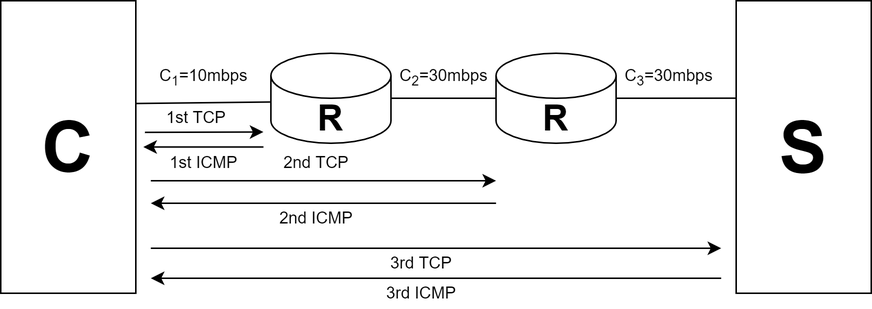
Before: netforms/images/NetworkDiag.png, a diagram exported from draw.io (bakar-andguladze/master-thesis). Source tidied: cells renumbered, new cells last; positions are measured from the earlier drawing's top-left corner, leaving out a move shared by most shapes. Source of this version:
```xml
<mxGraphModel>
  <root>
    <mxCell id="0" />
    <mxCell id="1" parent="0" />
    <mxCell id="2" value="&lt;b&gt;&lt;font style=&quot;font-size: 24px&quot;&gt;R&lt;/font&gt;&lt;/b&gt;" style="shape=cylinder3;whiteSpace=wrap;html=1;boundedLbl=1;backgroundOutline=1;size=15;" parent="1" vertex="1">
      <mxGeometry x="180" y="35" width="80" height="60" as="geometry" />
    </mxCell>
    <mxCell id="3" style="endArrow=none;html=1;entryX=0;entryY=0.5;entryDx=0;entryDy=0;entryPerimeter=0;exitX=1.002;exitY=0.4;exitDx=0;exitDy=0;exitPerimeter=0;" parent="1" edge="1">
      <mxGeometry relative="1" as="geometry">
        <mxPoint x="90" y="68.5" as="sourcePoint" />
        <mxPoint x="179.8" y="67.5" as="targetPoint" />
      </mxGeometry>
    </mxCell>
    <mxCell id="4" style="endArrow=none;html=1;exitX=1;exitY=0.5;exitDx=0;exitDy=0;entryX=0;entryY=0.5;entryDx=0;entryDy=0;entryPerimeter=0;exitPerimeter=0;" parent="1" edge="1" source="2" target="7">
      <mxGeometry relative="1" as="geometry" />
    </mxCell>
    <mxCell id="5" style="endArrow=none;html=1;exitX=1;exitY=0.5;exitDx=0;exitDy=0;entryX=0.007;entryY=0.333;entryDx=0;entryDy=0;exitPerimeter=0;entryPerimeter=0;" parent="1" edge="1" source="7" target="10">
      <mxGeometry relative="1" as="geometry" />
    </mxCell>
    <mxCell id="6" value="&lt;font style=&quot;font-size: 11px&quot;&gt;C&lt;sub&gt;1&lt;/sub&gt;=10mbps&lt;/font&gt;" style="text;html=1;align=center;verticalAlign=middle;" parent="1" vertex="1">
      <mxGeometry x="100" y="40" width="70" height="20" as="geometry" />
    </mxCell>
    <mxCell id="7" value="&lt;b&gt;&lt;font style=&quot;font-size: 24px&quot;&gt;R&lt;/font&gt;&lt;/b&gt;" style="shape=cylinder3;whiteSpace=wrap;html=1;boundedLbl=1;backgroundOutline=1;size=15;" parent="1" vertex="1">
      <mxGeometry x="330" y="35" width="80" height="60" as="geometry" />
    </mxCell>
    <mxCell id="8" value="&lt;font style=&quot;font-size: 11px&quot;&gt;&lt;span style=&quot;font-size: 11px&quot;&gt;1st TCP&lt;/span&gt;&lt;/font&gt;" style="text;html=1;align=center;verticalAlign=middle;fontSize=11;" parent="1" vertex="1">
      <mxGeometry x="100" y="67.5" width="60" height="20" as="geometry" />
    </mxCell>
    <mxCell id="9" value="&lt;b&gt;&lt;font style=&quot;font-size: 48px&quot;&gt;C&lt;/font&gt;&lt;/b&gt;" style="rounded=0;whiteSpace=wrap;html=1;" parent="1" vertex="1">
      <mxGeometry width="90" height="195" as="geometry" />
    </mxCell>
    <mxCell id="10" value="&lt;span style=&quot;font-size: 48px&quot;&gt;&lt;b&gt;S&lt;/b&gt;&lt;/span&gt;" style="rounded=0;whiteSpace=wrap;html=1;" parent="1" vertex="1">
      <mxGeometry x="490" width="90" height="195" as="geometry" />
    </mxCell>
    <mxCell id="11" value="&lt;font style=&quot;font-size: 11px&quot;&gt;C&lt;sub&gt;2&lt;/sub&gt;=30mbps&lt;/font&gt;" style="text;html=1;align=center;verticalAlign=middle;" parent="1" vertex="1">
      <mxGeometry x="260" y="40" width="70" height="20" as="geometry" />
    </mxCell>
    <mxCell id="12" value="&lt;font style=&quot;font-size: 11px&quot;&gt;C&lt;sub&gt;3&lt;/sub&gt;=30mbps&lt;/font&gt;" style="text;html=1;align=center;verticalAlign=middle;" parent="1" vertex="1">
      <mxGeometry x="410" y="40" width="70" height="20" as="geometry" />
    </mxCell>
    <mxCell id="13" style="endArrow=classic;html=1;exitX=1.012;exitY=0.777;exitDx=0;exitDy=0;exitPerimeter=0;" parent="1" edge="1">
      <mxGeometry relative="1" as="geometry">
        <mxPoint x="96.1" y="87.7" as="sourcePoint" />
        <mxPoint x="175" y="87.5" as="targetPoint" />
      </mxGeometry>
    </mxCell>
    <mxCell id="14" style="endArrow=classic;html=1;" parent="1" edge="1">
      <mxGeometry relative="1" as="geometry">
        <mxPoint x="175" y="97.5" as="sourcePoint" />
        <mxPoint x="95" y="97.5" as="targetPoint" />
      </mxGeometry>
    </mxCell>
    <mxCell id="15" value="&lt;font style=&quot;font-size: 11px&quot;&gt;&lt;span style=&quot;font-size: 11px&quot;&gt;1st ICMP&lt;/span&gt;&lt;/font&gt;" style="text;html=1;align=center;verticalAlign=middle;fontSize=11;" parent="1" vertex="1">
      <mxGeometry x="105" y="97.5" width="60" height="20" as="geometry" />
    </mxCell>
    <mxCell id="16" style="endArrow=classic;html=1;" parent="1" edge="1">
      <mxGeometry relative="1" as="geometry">
        <mxPoint x="100" y="120" as="sourcePoint" />
        <mxPoint x="330" y="120" as="targetPoint" />
      </mxGeometry>
    </mxCell>
    <mxCell id="17" style="endArrow=classic;html=1;" parent="1" edge="1">
      <mxGeometry relative="1" as="geometry">
        <mxPoint x="330" y="135" as="sourcePoint" />
        <mxPoint x="100" y="135" as="targetPoint" />
      </mxGeometry>
    </mxCell>
    <mxCell id="18" value="&lt;font style=&quot;font-size: 11px&quot;&gt;&lt;span style=&quot;font-size: 11px&quot;&gt;2nd ICMP&lt;/span&gt;&lt;/font&gt;" style="text;html=1;align=center;verticalAlign=middle;fontSize=11;" parent="1" vertex="1">
      <mxGeometry x="180" y="135" width="60" height="20" as="geometry" />
    </mxCell>
    <mxCell id="19" value="&lt;font style=&quot;font-size: 11px&quot;&gt;&lt;span style=&quot;font-size: 11px&quot;&gt;2nd TCP&lt;/span&gt;&lt;/font&gt;" style="text;html=1;align=center;verticalAlign=middle;fontSize=11;" parent="1" vertex="1">
      <mxGeometry x="180" y="97.5" width="60" height="20" as="geometry" />
    </mxCell>
    <mxCell id="20" style="endArrow=classic;html=1;" parent="1" edge="1">
      <mxGeometry relative="1" as="geometry">
        <mxPoint x="100" y="165" as="sourcePoint" />
        <mxPoint x="480" y="165" as="targetPoint" />
      </mxGeometry>
    </mxCell>
    <mxCell id="21" value="&lt;font style=&quot;font-size: 11px&quot;&gt;&lt;span style=&quot;font-size: 11px&quot;&gt;3rd TCP&lt;/span&gt;&lt;/font&gt;" style="text;html=1;align=center;verticalAlign=middle;fontSize=11;" parent="1" vertex="1">
      <mxGeometry x="250" y="165" width="60" height="20" as="geometry" />
    </mxCell>
    <mxCell id="22" style="endArrow=classic;html=1;" parent="1" edge="1">
      <mxGeometry relative="1" as="geometry">
        <mxPoint x="480" y="185" as="sourcePoint" />
        <mxPoint x="100" y="185" as="targetPoint" />
      </mxGeometry>
    </mxCell>
    <mxCell id="23" value="&lt;font style=&quot;font-size: 11px&quot;&gt;&lt;span style=&quot;font-size: 11px&quot;&gt;3rd ICMP&lt;br&gt;&lt;/span&gt;&lt;/font&gt;" style="text;html=1;align=center;verticalAlign=middle;fontSize=11;" parent="1" vertex="1">
      <mxGeometry x="250" y="185" width="60" height="20" as="geometry" />
    </mxCell>
  </root>
</mxGraphModel>
```
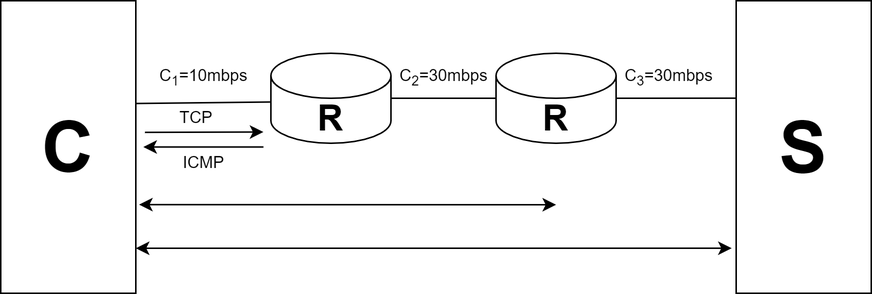
After the commit.

Change to the diagram source:
```diff
@@ -23,8 +23,8 @@
     <mxCell id="7" value="&lt;b&gt;&lt;font style=&quot;font-size: 24px&quot;&gt;R&lt;/font&gt;&lt;/b&gt;" style="shape=cylinder3;whiteSpace=wrap;html=1;boundedLbl=1;backgroundOutline=1;size=15;" parent="1" vertex="1">
       <mxGeometry x="330" y="35" width="80" height="60" as="geometry" />
     </mxCell>
-    <mxCell id="8" value="&lt;font style=&quot;font-size: 11px&quot;&gt;&lt;span style=&quot;font-size: 11px&quot;&gt;1st TCP&lt;/span&gt;&lt;/font&gt;" style="text;html=1;align=center;verticalAlign=middle;fontSize=11;" parent="1" vertex="1">
-      <mxGeometry x="100" y="67.5" width="60" height="20" as="geometry" />
+    <mxCell id="8" value="&lt;font style=&quot;font-size: 11px&quot;&gt;&lt;span style=&quot;font-size: 11px&quot;&gt;TCP&lt;/span&gt;&lt;/font&gt;" style="text;html=1;align=center;verticalAlign=middle;fontSize=11;" parent="1" vertex="1">
+      <mxGeometry x="110" y="67.5" width="40" height="20" as="geometry" />
     </mxCell>
     <mxCell id="9" value="&lt;b&gt;&lt;font style=&quot;font-size: 48px&quot;&gt;C&lt;/font&gt;&lt;/b&gt;" style="rounded=0;whiteSpace=wrap;html=1;" parent="1" vertex="1">
       <mxGeometry width="90" height="195" as="geometry" />
@@ -50,44 +50,18 @@
         <mxPoint x="95" y="97.5" as="targetPoint" />
       </mxGeometry>
     </mxCell>
-    <mxCell id="15" value="&lt;font style=&quot;font-size: 11px&quot;&gt;&lt;span style=&quot;font-size: 11px&quot;&gt;1st ICMP&lt;/span&gt;&lt;/font&gt;" style="text;html=1;align=center;verticalAlign=middle;fontSize=11;" parent="1" vertex="1">
-      <mxGeometry x="105" y="97.5" width="60" height="20" as="geometry" />
+    <mxCell id="15" value="&lt;font style=&quot;font-size: 11px&quot;&gt;&lt;span style=&quot;font-size: 11px&quot;&gt;ICMP&lt;/span&gt;&lt;/font&gt;" style="text;html=1;align=center;verticalAlign=middle;fontSize=11;" parent="1" vertex="1">
+      <mxGeometry x="115" y="97.5" width="40" height="20" as="geometry" />
     </mxCell>
-    <mxCell id="16" style="endArrow=classic;html=1;" parent="1" edge="1">
-      <mxGeometry relative="1" as="geometry">
-        <mxPoint x="100" y="120" as="sourcePoint" />
-        <mxPoint x="330" y="120" as="targetPoint" />
-      </mxGeometry>
-    </mxCell>
-    <mxCell id="17" style="endArrow=classic;html=1;" parent="1" edge="1">
-      <mxGeometry relative="1" as="geometry">
-        <mxPoint x="330" y="135" as="sourcePoint" />
-        <mxPoint x="100" y="135" as="targetPoint" />
-      </mxGeometry>
-    </mxCell>
-    <mxCell id="18" value="&lt;font style=&quot;font-size: 11px&quot;&gt;&lt;span style=&quot;font-size: 11px&quot;&gt;2nd ICMP&lt;/span&gt;&lt;/font&gt;" style="text;html=1;align=center;verticalAlign=middle;fontSize=11;" parent="1" vertex="1">
-      <mxGeometry x="180" y="135" width="60" height="20" as="geometry" />
-    </mxCell>
-    <mxCell id="19" value="&lt;font style=&quot;font-size: 11px&quot;&gt;&lt;span style=&quot;font-size: 11px&quot;&gt;2nd TCP&lt;/span&gt;&lt;/font&gt;" style="text;html=1;align=center;verticalAlign=middle;fontSize=11;" parent="1" vertex="1">
-      <mxGeometry x="180" y="97.5" width="60" height="20" as="geometry" />
-    </mxCell>
-    <mxCell id="20" style="endArrow=classic;html=1;" parent="1" edge="1">
-      <mxGeometry relative="1" as="geometry">
-        <mxPoint x="100" y="165" as="sourcePoint" />
-        <mxPoint x="480" y="165" as="targetPoint" />
-      </mxGeometry>
-    </mxCell>
-    <mxCell id="21" value="&lt;font style=&quot;font-size: 11px&quot;&gt;&lt;span style=&quot;font-size: 11px&quot;&gt;3rd TCP&lt;/span&gt;&lt;/font&gt;" style="text;html=1;align=center;verticalAlign=middle;fontSize=11;" parent="1" vertex="1">
-      <mxGeometry x="250" y="165" width="60" height="20" as="geometry" />
-    </mxCell>
-    <mxCell id="22" style="endArrow=classic;html=1;" parent="1" edge="1">
-      <mxGeometry relative="1" as="geometry">
-        <mxPoint x="480" y="185" as="sourcePoint" />
-        <mxPoint x="100" y="185" as="targetPoint" />
-      </mxGeometry>
-    </mxCell>
-    <mxCell id="23" value="&lt;font style=&quot;font-size: 11px&quot;&gt;&lt;span style=&quot;font-size: 11px&quot;&gt;3rd ICMP&lt;br&gt;&lt;/span&gt;&lt;/font&gt;" style="text;html=1;align=center;verticalAlign=middle;fontSize=11;" parent="1" vertex="1">
-      <mxGeometry x="250" y="185" width="60" height="20" as="geometry" />
-    </mxCell>
+    <mxCell id="24" style="endArrow=classic;startArrow=classic;html=1;exitX=1.024;exitY=0.697;exitDx=0;exitDy=0;exitPerimeter=0;" parent="1" edge="1" source="9">
+      <mxGeometry relative="1" as="geometry">
+        <mxPoint x="370" y="136" as="targetPoint" />
+      </mxGeometry>
+    </mxCell>
+    <mxCell id="25" style="endArrow=classic;startArrow=classic;html=1;exitX=1.024;exitY=0.697;exitDx=0;exitDy=0;exitPerimeter=0;entryX=-0.033;entryY=0.846;entryDx=0;entryDy=0;entryPerimeter=0;" parent="1" edge="1" target="10">
+      <mxGeometry relative="1" as="geometry">
+        <mxPoint x="90" y="165" as="sourcePoint" />
+      </mxGeometry>
+    </mxCell>
   </root>
 </mxGraphModel>
```
